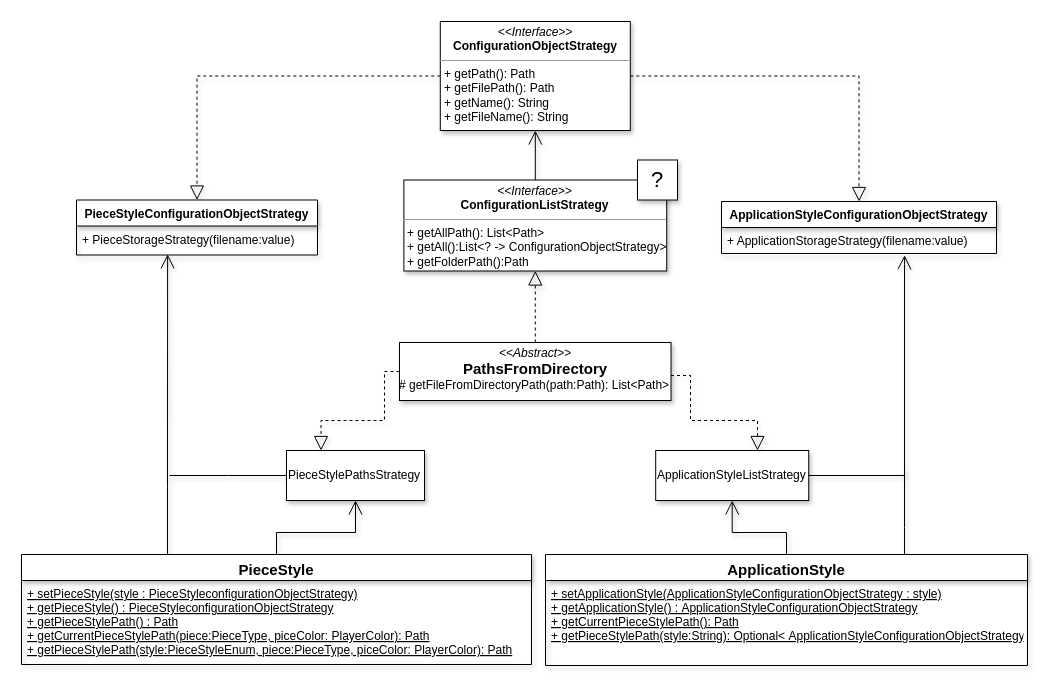
zucchero-sintattico/OOP20-Jhaturanga keeps this draw.io diagram as page "style" (4 of 6) of report/UML TP.drawio. Above is the earlier version. Source tidied: cells renumbered, new cells numbered last; positions are measured from the earlier drawing's top-left corner, leaving out a move shared by most shapes. Both pictures are drawn from the tidied source at 100%, with x=0, y=0 at pixel (21, 21).
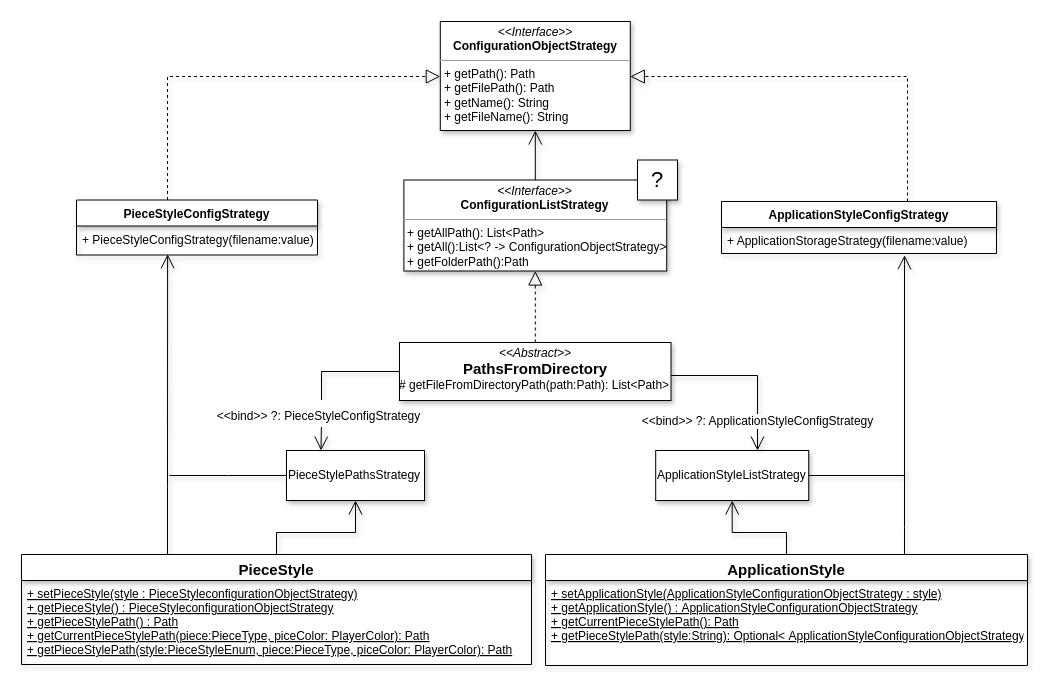
Above is the later version.

The change refers to these unchanged cells:
```xml
<mxCell id="13" value="PieceStylePathsStrategy" style="html=1;shadow=1;align=left;" parent="1" vertex="1">
  <mxGeometry x="265" y="429" width="138" height="50" as="geometry" />
</mxCell>
<mxCell id="15" value="ApplicationStyleListStrategy" style="html=1;shadow=1;align=left;" parent="1" vertex="1">
  <mxGeometry x="634.2" y="429" width="153" height="50" as="geometry" />
</mxCell>
<mxCell id="19" value="&lt;p style=&quot;margin: 0px ; margin-top: 4px ; text-align: center&quot;&gt;&lt;i&gt;&amp;lt;&amp;lt;Abstract&amp;gt;&amp;gt;&lt;/i&gt;&lt;br&gt;&lt;span style=&quot;font-size: 15px&quot;&gt;&lt;b&gt;PathsFromDirectory&lt;/b&gt;&lt;/span&gt;&lt;/p&gt;# getFileFromDirectoryPath(path:Path): List&amp;lt;Path&amp;gt;" style="verticalAlign=top;align=left;overflow=fill;fontSize=12;fontFamily=Helvetica;html=1;shadow=1;" parent="1" vertex="1">
  <mxGeometry x="378" y="321" width="271.5" height="58" as="geometry" />
</mxCell>
<mxCell id="22" value="&lt;p style=&quot;margin: 0px ; margin-top: 4px ; text-align: center&quot;&gt;&lt;i&gt;&amp;lt;&amp;lt;Interface&amp;gt;&amp;gt;&lt;/i&gt;&lt;br&gt;&lt;b&gt;ConfigurationObjectStrategy&lt;/b&gt;&lt;/p&gt;&lt;hr size=&quot;1&quot;&gt;&lt;p style=&quot;margin: 0px ; margin-left: 4px&quot;&gt;+ getPath(): Path&lt;/p&gt;&lt;p style=&quot;margin: 0px ; margin-left: 4px&quot;&gt;+ getFilePath(): Path&lt;/p&gt;&lt;p style=&quot;margin: 0px ; margin-left: 4px&quot;&gt;+ getName(): String&lt;/p&gt;&lt;p style=&quot;margin: 0px ; margin-left: 4px&quot;&gt;+ getFileName(): String&lt;/p&gt;" style="verticalAlign=top;align=left;overflow=fill;fontSize=12;fontFamily=Helvetica;html=1;shadow=1;" parent="1" vertex="1">
  <mxGeometry x="418.8" width="190" height="109" as="geometry" />
</mxCell>
```

Change to the diagram source:
```diff
@@
-    <mxCell id="17" style="edgeStyle=orthogonalEdgeStyle;rounded=0;jettySize=auto;html=1;entryX=0.25;entryY=0;entryDx=0;entryDy=0;shadow=1;dashed=1;endArrow=block;endFill=0;endSize=12;" parent="1" edge="1" source="19" target="13">
+    <mxCell id="17" style="edgeStyle=orthogonalEdgeStyle;rounded=0;jettySize=auto;html=1;entryX=0.25;entryY=0;entryDx=0;entryDy=0;shadow=1;endArrow=open;endFill=0;endSize=12;" parent="1" edge="1" source="19" target="13">
       <mxGeometry relative="1" as="geometry">
         <Array as="points">
-          <mxPoint x="363" y="350" />
-          <mxPoint x="363" y="399" />
-          <mxPoint x="299" y="399" />
+          <mxPoint x="300" y="350" />
+          <mxPoint x="300" y="399" />
         </Array>
       </mxGeometry>
     </mxCell>
+    <mxCell id="29" value="&lt;font style=&quot;font-size: 12px&quot;&gt;&amp;lt;&amp;lt;bind&amp;gt;&amp;gt; ?: PieceStyleConfigStrategy&lt;/font&gt;" style="edgeLabel;html=1;align=center;verticalAlign=middle;fontSize=22;" parent="17" vertex="1">
+      <mxGeometry x="0.14" y="-3" relative="1" as="geometry">
+        <mxPoint x="-1" y="30" as="offset" />
+      </mxGeometry>
+    </mxCell>
-    <mxCell id="18" style="edgeStyle=orthogonalEdgeStyle;rounded=0;jettySize=auto;html=1;shadow=1;dashed=1;endArrow=block;endFill=0;endSize=12;" parent="1" edge="1" source="19" target="15">
-      <mxGeometry relative="1" as="geometry">
+    <mxCell id="18" value="&lt;span style=&quot;color: rgb(0 , 0 , 0) ; font-family: &amp;#34;helvetica&amp;#34; ; font-size: 12px ; font-style: normal ; font-weight: normal ; letter-spacing: normal ; text-align: center ; text-indent: 0px ; text-transform: none ; word-spacing: 0px ; background-color: rgb(255 , 255 , 255) ; text-decoration: none ; display: inline ; float: none&quot;&gt;&amp;lt;&amp;lt;bind&amp;gt;&amp;gt; ?: ApplicationStyleConfigStrategy&lt;/span&gt;" style="edgeStyle=orthogonalEdgeStyle;rounded=0;jettySize=auto;html=1;shadow=1;endArrow=open;endFill=0;endSize=12;" parent="1" edge="1" source="19" target="15">
+      <mxGeometry x="0.64" relative="1" as="geometry">
         <Array as="points">
-          <mxPoint x="669" y="354" />
-          <mxPoint x="669" y="399" />
-          <mxPoint x="736" y="399" />
+          <mxPoint x="736" y="354" />
         </Array>
       </mxGeometry>
     </mxCell>
@@
-    <mxCell id="20" style="edgeStyle=orthogonalEdgeStyle;rounded=0;jettySize=auto;html=1;shadow=1;dashed=1;endArrow=block;endFill=0;endSize=12;" parent="1" edge="1" source="22" target="23">
-      <mxGeometry relative="1" as="geometry" />
+    <mxCell id="20" style="edgeStyle=orthogonalEdgeStyle;rounded=0;jettySize=auto;html=1;shadow=1;dashed=1;endArrow=block;endFill=0;endSize=12;" parent="1" edge="1" source="23" target="22">
+      <mxGeometry relative="1" as="geometry">
+        <Array as="points">
+          <mxPoint x="886" y="55" />
+        </Array>
+      </mxGeometry>
     </mxCell>
-    <mxCell id="21" style="edgeStyle=orthogonalEdgeStyle;rounded=0;jettySize=auto;html=1;shadow=1;endArrow=block;endFill=0;endSize=12;dashed=1;" parent="1" edge="1" source="22" target="25">
-      <mxGeometry relative="1" as="geometry" />
+    <mxCell id="21" style="edgeStyle=orthogonalEdgeStyle;rounded=0;jettySize=auto;html=1;shadow=1;endArrow=block;endFill=0;endSize=12;dashed=1;" parent="1" edge="1" source="25" target="22">
+      <mxGeometry relative="1" as="geometry">
+        <Array as="points">
+          <mxPoint x="146" y="55" />
+        </Array>
+      </mxGeometry>
     </mxCell>
@@
-    <mxCell id="23" value="ApplicationStyleConfigurationObjectStrategy" style="swimlane;fontStyle=1;align=center;verticalAlign=top;horizontal=1;startSize=26;shadow=1;" parent="1" vertex="1">
+    <mxCell id="23" value="ApplicationStyleConfigStrategy" style="swimlane;fontStyle=1;align=center;verticalAlign=top;horizontal=1;startSize=26;shadow=1;" parent="1" vertex="1">
       <mxGeometry x="700" y="180" width="275" height="52" as="geometry" />
     </mxCell>
@@
-    <mxCell id="25" value="PieceStyleConfigurationObjectStrategy" style="swimlane;fontStyle=1;align=center;verticalAlign=top;horizontal=1;startSize=26;shadow=1;" parent="1" vertex="1">
+    <mxCell id="25" value="PieceStyleConfigStrategy" style="swimlane;fontStyle=1;align=center;verticalAlign=top;horizontal=1;startSize=26;shadow=1;" parent="1" vertex="1">
       <mxGeometry x="55" y="178.5" width="241" height="55" as="geometry" />
     </mxCell>
-    <mxCell id="26" value="+ PieceStorageStrategy(filename:value)" style="text;strokeColor=none;fillColor=none;align=left;verticalAlign=top;spacingLeft=4;spacingRight=4;overflow=hidden;points=[[0,0.5],[1,0.5]];portConstraint=eastwest;" parent="25" vertex="1">
+    <mxCell id="26" value="+ PieceStyleConfigStrategy(filename:value)" style="text;strokeColor=none;fillColor=none;align=left;verticalAlign=top;spacingLeft=4;spacingRight=4;overflow=hidden;points=[[0,0.5],[1,0.5]];portConstraint=eastwest;" parent="25" vertex="1">
       <mxGeometry y="26" width="241" height="29" as="geometry" />
     </mxCell>
@@
+    <mxCell id="30" style="edgeStyle=orthogonalEdgeStyle;rounded=0;orthogonalLoop=1;jettySize=auto;html=1;exitX=0.5;exitY=1;exitDx=0;exitDy=0;shadow=1;fontSize=22;endArrow=none;endFill=0;endSize=12;" parent="1" edge="1">
+      <mxGeometry relative="1" as="geometry">
+        <mxPoint x="437.5" y="435" as="sourcePoint" />
+        <mxPoint x="437.5" y="435" as="targetPoint" />
+      </mxGeometry>
+    </mxCell>
+    <mxCell id="31" style="edgeStyle=orthogonalEdgeStyle;rounded=0;orthogonalLoop=1;jettySize=auto;html=1;exitX=0.5;exitY=1;exitDx=0;exitDy=0;shadow=1;fontSize=22;endArrow=none;endFill=0;endSize=12;" parent="1" edge="1">
+      <mxGeometry relative="1" as="geometry">
+        <mxPoint x="831" y="435" as="sourcePoint" />
+        <mxPoint x="831" y="435" as="targetPoint" />
+      </mxGeometry>
+    </mxCell>
```
